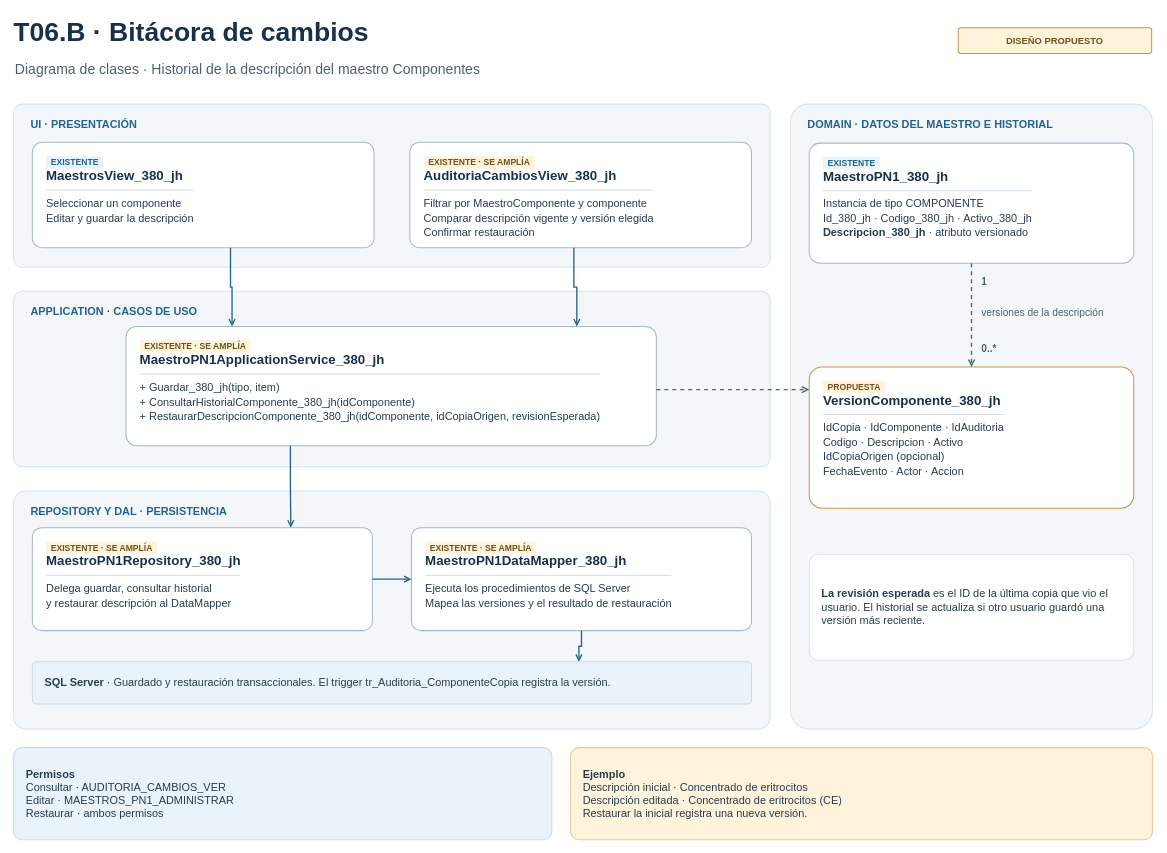
The draw.io diagram Diagramas/Bitacora de cambios/T06b - Maestro de componentes - Clases.drawio in juanNH/Ingenieria-de-Software, before the edit. Source tidied: cells renumbered, new cells numbered last; positions are measured from the earlier drawing's top-left corner, leaving out a move shared by most shapes. Both pictures are drawn from the tidied source at 78%, with x=0, y=0 at pixel (13, 13).
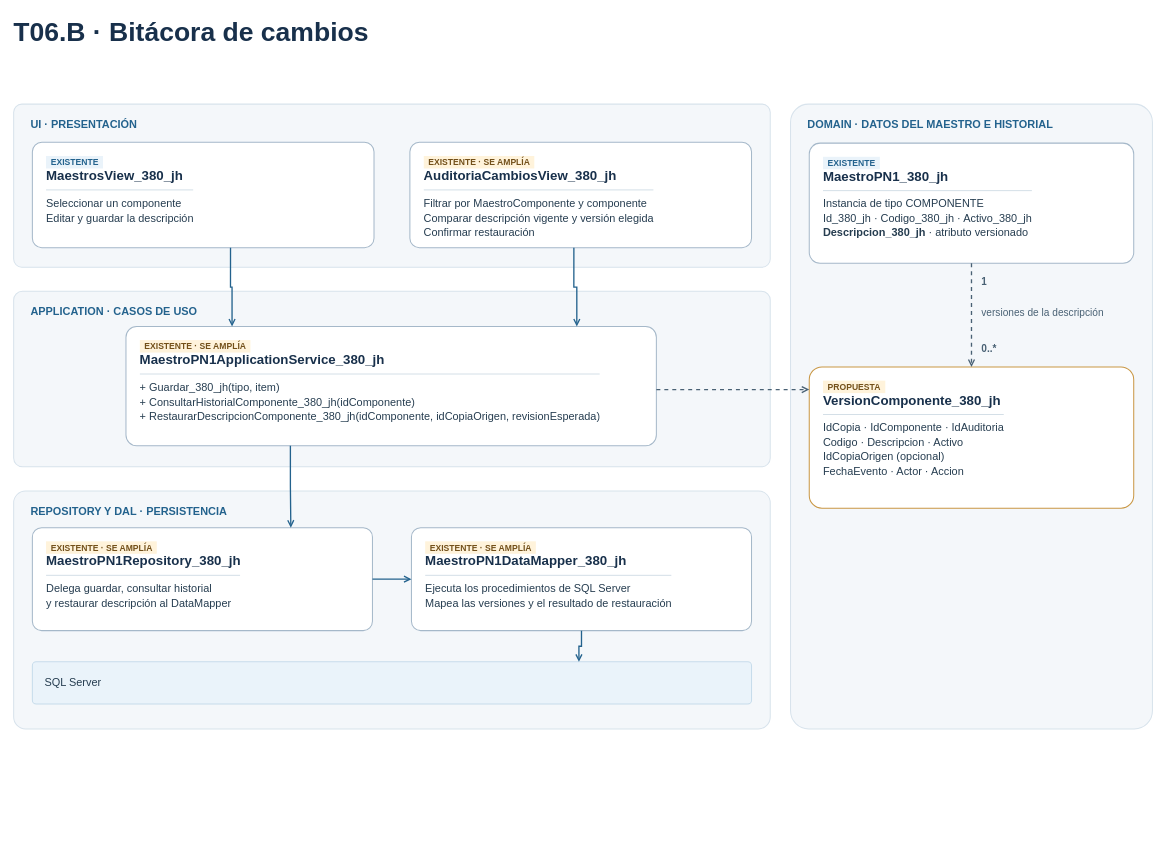
After the change.

What changed in the source:
```diff
@@
-    <mxCell id="3" value="Diagrama de clases · Historial de la descripción del maestro Componentes" style="text;html=1;align=left;verticalAlign=middle;whiteSpace=wrap;rounded=0;spacing=0;overflow=hidden;fontFamily=Arial;fontSize=18;fontColor=#496174;fontStyle=0;" parent="1" vertex="1">
-      <mxGeometry x="2" y="54" width="1150" height="35" as="geometry" />
-    </mxCell>
-    <mxCell id="4" value="DISEÑO PROPUESTO" style="rounded=1;arcSize=9;whiteSpace=wrap;html=1;align=center;verticalAlign=middle;spacingLeft=0;spacingRight=0;spacingTop=0;overflow=hidden;fillColor=#FFF3DB;strokeColor=#C99744;strokeWidth=1.3;fontFamily=Arial;fontColor=#73501A;fontSize=12;fontStyle=1;" parent="1" vertex="1">
-      <mxGeometry x="1211" y="18" width="248" height="33" as="geometry" />
-    </mxCell>
@@
-    <mxCell id="18" value="&lt;b&gt;SQL Server&lt;/b&gt; · Guardado y restauración transaccionales. El trigger tr_Auditoria_ComponenteCopia registra la versión." style="rounded=1;arcSize=9;whiteSpace=wrap;html=1;align=left;verticalAlign=middle;spacingLeft=14;spacingRight=14;spacingTop=0;overflow=hidden;fillColor=#EAF3FA;strokeColor=#C7DCEB;strokeWidth=1.3;fontFamily=Arial;fontColor=#263D50;fontSize=14;fontStyle=0;" parent="1" vertex="1">
+    <mxCell id="18" value="SQL Server" style="rounded=1;arcSize=9;whiteSpace=wrap;html=1;align=left;verticalAlign=middle;spacingLeft=14;spacingRight=14;spacingTop=0;overflow=hidden;fillColor=#EAF3FA;strokeColor=#C7DCEB;strokeWidth=1.3;fontFamily=Arial;fontColor=#263D50;fontSize=14;fontStyle=0;" parent="1" vertex="1">
       <mxGeometry x="24" y="831" width="922" height="54" as="geometry" />
     </mxCell>
@@
-    <mxCell id="21" value="&lt;b&gt;La revisión esperada&lt;/b&gt; es el ID de la última copia que vio el usuario. El historial se actualiza si otro usuario guardó una versión más reciente." style="rounded=1;arcSize=9;whiteSpace=wrap;html=1;align=left;verticalAlign=middle;spacingLeft=14;spacingRight=14;spacingTop=0;overflow=hidden;fillColor=#FFFFFF;strokeColor=#D8E3EC;strokeWidth=1.3;fontFamily=Arial;fontColor=#263D50;fontSize=14;fontStyle=0;" parent="1" vertex="1">
-      <mxGeometry x="1020" y="693" width="416" height="136" as="geometry" />
-    </mxCell>
@@
-    <mxCell id="32" value="&lt;b&gt;Permisos&lt;/b&gt;&lt;br&gt;Consultar · AUDITORIA_CAMBIOS_VER&lt;br&gt;Editar · MAESTROS_PN1_ADMINISTRAR&lt;br&gt;Restaurar · ambos permisos" style="rounded=1;arcSize=9;whiteSpace=wrap;html=1;align=left;verticalAlign=middle;spacingLeft=14;spacingRight=14;spacingTop=0;overflow=hidden;fillColor=#EAF3FA;strokeColor=#C7DCEB;strokeWidth=1.3;fontFamily=Arial;fontColor=#263D50;fontSize=14;fontStyle=0;" parent="1" vertex="1">
-      <mxGeometry y="941" width="690" height="118" as="geometry" />
-    </mxCell>
-    <mxCell id="33" value="&lt;b&gt;Ejemplo&lt;/b&gt;&lt;br&gt;Descripción inicial · Concentrado de eritrocitos&lt;br&gt;Descripción editada · Concentrado de eritrocitos (CE)&lt;br&gt;Restaurar la inicial registra una nueva versión." style="rounded=1;arcSize=9;whiteSpace=wrap;html=1;align=left;verticalAlign=middle;spacingLeft=14;spacingRight=14;spacingTop=0;overflow=hidden;fillColor=#FFF3DB;strokeColor=#E4CAA0;strokeWidth=1.3;fontFamily=Arial;fontColor=#263D50;fontSize=14;fontStyle=0;" parent="1" vertex="1">
-      <mxGeometry x="714" y="941" width="746" height="118" as="geometry" />
-    </mxCell>
```
